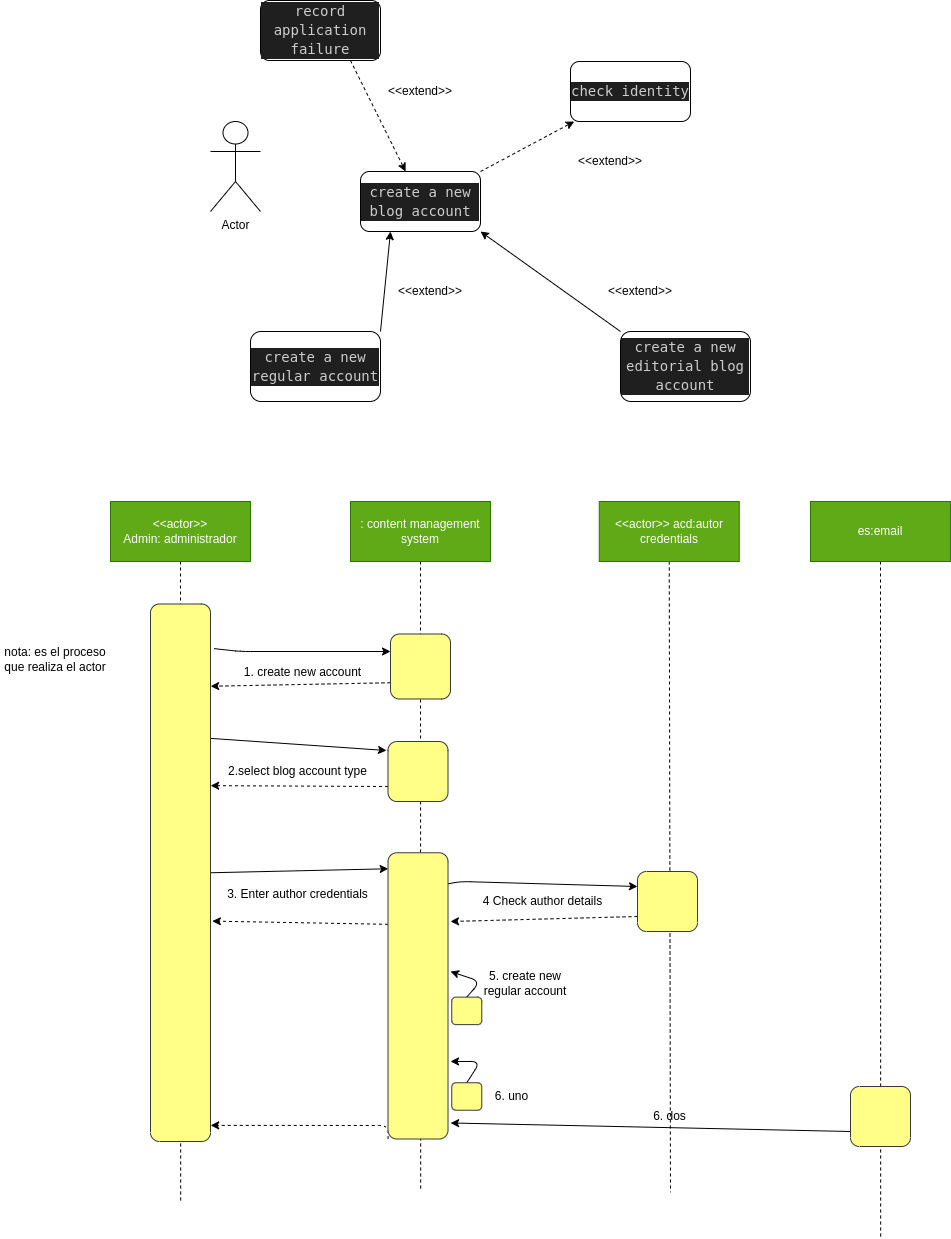
Above: diagrama de secuencia/apuntesDS.drawio.png in mdiogc/ETS (draw.io), before the change. Source tidied: cells renumbered, new cells last; positions are measured from the earlier drawing's top-left corner, leaving out a move shared by most shapes.
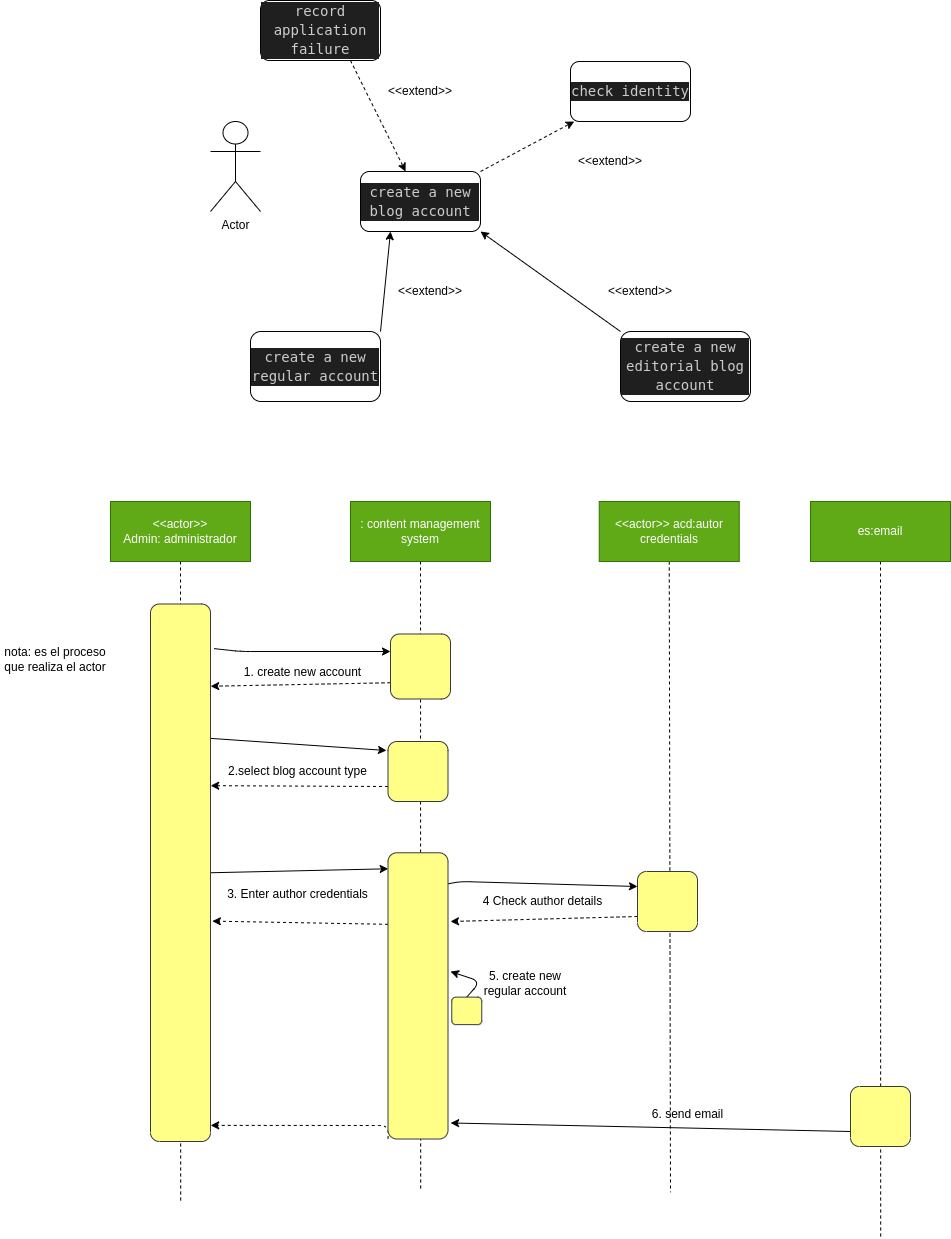
After the change.

What changed in the source:
```diff
@@ -153,19 +153,6 @@
     <mxCell id="43" value="5. create new regular account" style="text;html=1;strokeColor=none;fillColor=none;align=center;verticalAlign=middle;whiteSpace=wrap;rounded=0;" parent="1" vertex="1">
       <mxGeometry x="569" y="965.4" width="90" height="35.6" as="geometry" />
     </mxCell>
-    <mxCell id="44" style="edgeStyle=none;html=1;exitX=1;exitY=0.5;exitDx=0;exitDy=0;entryX=0.271;entryY=1.042;entryDx=0;entryDy=0;entryPerimeter=0;" parent="1" edge="1" source="45" target="36">
-      <mxGeometry relative="1" as="geometry">
-        <Array as="points">
-          <mxPoint x="569" y="1061" />
-        </Array>
-      </mxGeometry>
-    </mxCell>
-    <mxCell id="45" style="rounded=1;whiteSpace=wrap;html=1;rotation=-90;fillColor=#ffff88;strokeColor=#36393d;" parent="1" vertex="1">
-      <mxGeometry x="541.5" y="1081" width="27.5" height="30" as="geometry" />
-    </mxCell>
-    <mxCell id="46" value="6. uno" style="text;html=1;strokeColor=none;fillColor=none;align=center;verticalAlign=middle;whiteSpace=wrap;rounded=0;" parent="1" vertex="1">
-      <mxGeometry x="579" y="1086" width="42.5" height="20" as="geometry" />
-    </mxCell>
     <mxCell id="47" style="edgeStyle=none;html=1;exitX=0.5;exitY=1;exitDx=0;exitDy=0;dashed=1;endArrow=none;endFill=0;" parent="1" edge="1" source="48">
       <mxGeometry relative="1" as="geometry">
         <mxPoint x="969.2" y="1236.8" as="targetPoint" />
@@ -180,8 +167,8 @@
     <mxCell id="50" style="rounded=1;whiteSpace=wrap;html=1;rotation=-90;fillColor=#ffff88;strokeColor=#36393d;" parent="1" vertex="1">
       <mxGeometry x="939" y="1086" width="60" height="60" as="geometry" />
     </mxCell>
-    <mxCell id="51" value="6. dos" style="text;html=1;strokeColor=none;fillColor=none;align=center;verticalAlign=middle;whiteSpace=wrap;rounded=0;" parent="1" vertex="1">
-      <mxGeometry x="736.5" y="1106" width="42.5" height="20" as="geometry" />
+    <mxCell id="51" value="6. send email" style="text;html=1;strokeColor=none;fillColor=none;align=center;verticalAlign=middle;whiteSpace=wrap;rounded=0;" parent="1" vertex="1">
+      <mxGeometry x="734.5" y="1106" width="82.5" height="15" as="geometry" />
     </mxCell>
   </root>
 </mxGraphModel>
```
